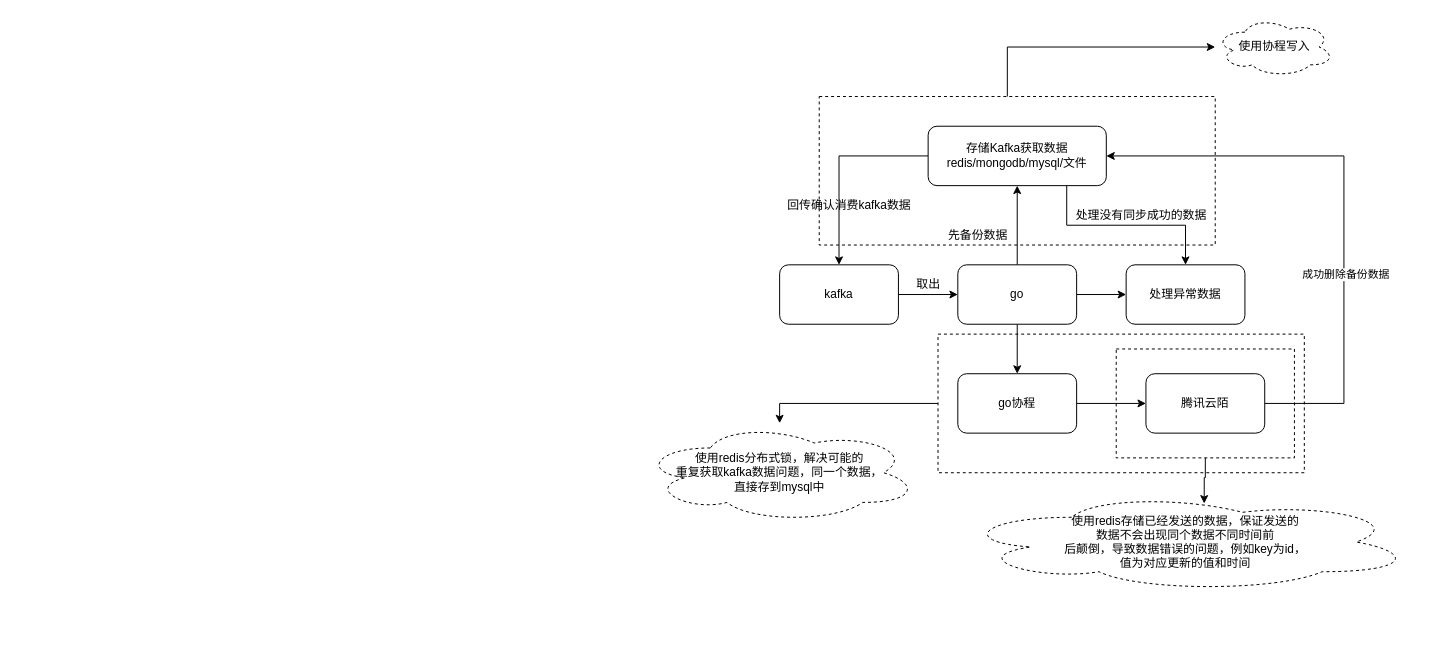
Above: 知识图/云陌同步数据方案.drawio in Sup-W/flow-diagram (draw.io), before the change. Source tidied: cells renumbered, new cells numbered last; positions are measured from the earlier drawing's top-left corner, leaving out a move shared by most shapes. Both pictures are drawn from the tidied source at 99%, with x=0, y=0 at pixel (641, 17).
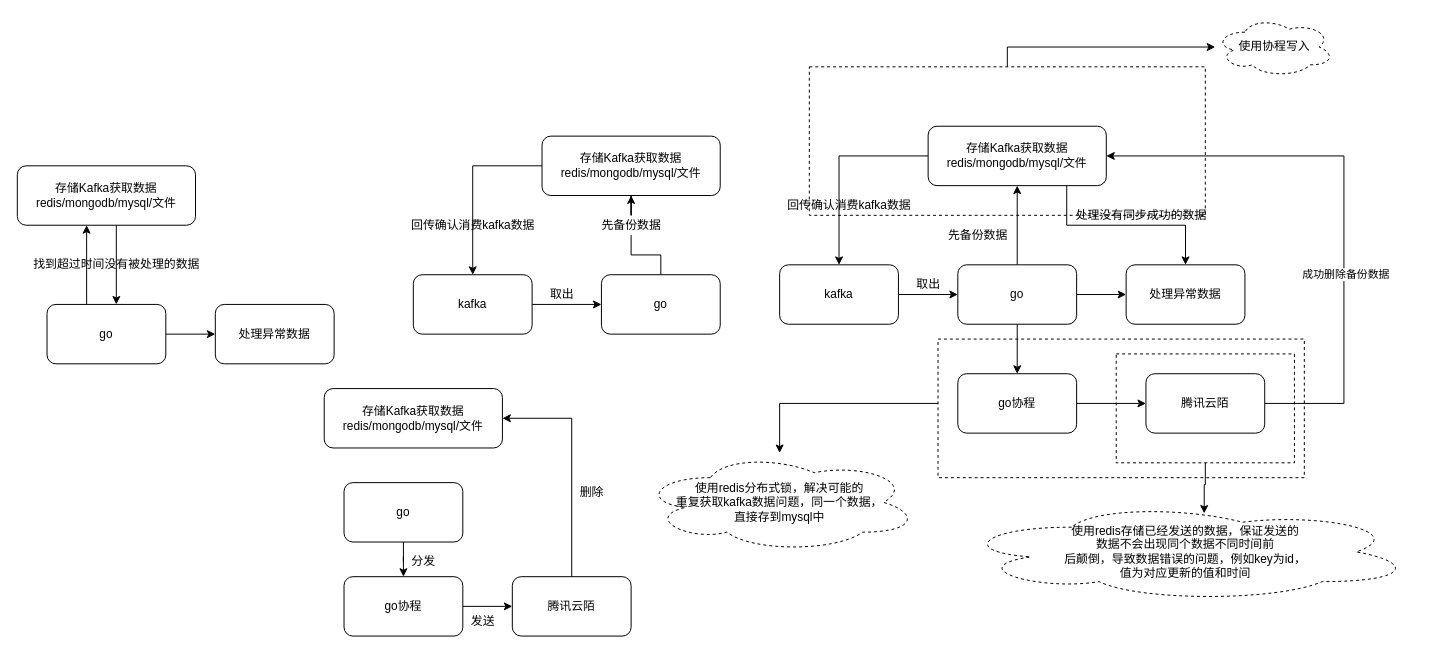
Above is the later version.

Commit message:
更新云陌同步数据方案.drawio

What changed in the source:
```diff
@@
     <mxCell id="18" style="rounded=0;whiteSpace=wrap;html=1;fillColor=none;dashed=1;" parent="1" vertex="1">
-      <mxGeometry x="180" y="80" width="400" height="150" as="geometry" />
+      <mxGeometry x="170" y="50" width="400" height="150" as="geometry" />
     </mxCell>
@@
     <mxCell id="21" style="verticalLabelPosition=bottom;verticalAlign=top;html=1;shape=mxgraph.basic.rect;fillColor2=none;strokeWidth=1;size=20;indent=5;dashed=1;fillColor=none;" parent="1" vertex="1">
-      <mxGeometry x="300" y="320" width="370" height="140" as="geometry" />
+      <mxGeometry x="300" y="325" width="370" height="140" as="geometry" />
     </mxCell>
     <mxCell id="22" value="使用redis分布式锁，解决可能的&lt;br&gt;重复获取kafka数据问题，同一个数据，&lt;br&gt;直接存到mysql中" style="ellipse;shape=cloud;whiteSpace=wrap;html=1;align=center;dashed=1;fillColor=none;" parent="1" vertex="1">
-      <mxGeometry y="410" width="280" height="100" as="geometry" />
+      <mxGeometry y="440" width="280" height="100" as="geometry" />
     </mxCell>
@@
     <mxCell id="24" value="使用redis存储已经发送的数据，保证发送的&lt;br&gt;数据不会出现同个数据不同时间前&lt;br&gt;后颠倒，导致数据错误的问题，例如key为id，&lt;br&gt;值为对应更新的值和时间" style="ellipse;shape=cloud;whiteSpace=wrap;html=1;align=center;dashed=1;fillColor=none;" parent="1" vertex="1">
-      <mxGeometry x="320" y="480" width="460" height="100" as="geometry" />
+      <mxGeometry x="320" y="490" width="460" height="100" as="geometry" />
     </mxCell>
     <mxCell id="25" style="edgeStyle=orthogonalEdgeStyle;rounded=0;jettySize=auto;html=1;entryX=0.541;entryY=0.111;entryDx=0;entryDy=0;entryPerimeter=0;" parent="1" edge="1" source="26" target="24">
-      <mxGeometry relative="1" as="geometry" />
+      <mxGeometry relative="1" as="geometry">
+        <Array as="points">
+          <mxPoint x="570" y="472" />
+          <mxPoint x="569" y="472" />
+        </Array>
+      </mxGeometry>
     </mxCell>
     <mxCell id="26" style="rounded=0;whiteSpace=wrap;html=1;dashed=1;fillColor=none;" parent="1" vertex="1">
-      <mxGeometry x="480" y="335" width="180" height="110" as="geometry" />
+      <mxGeometry x="480" y="340" width="180" height="110" as="geometry" />
     </mxCell>
@@
+    <mxCell id="30" style="edgeStyle=orthogonalEdgeStyle;rounded=0;jettySize=auto;html=1;" parent="1" edge="1" source="31" target="33">
+      <mxGeometry relative="1" as="geometry" />
+    </mxCell>
+    <mxCell id="31" value="kafka" style="rounded=1;whiteSpace=wrap;html=1;" parent="1" vertex="1">
+      <mxGeometry x="-230" y="260" width="120" height="60" as="geometry" />
+    </mxCell>
+    <mxCell id="32" style="edgeStyle=orthogonalEdgeStyle;rounded=0;jettySize=auto;html=1;startArrow=none;" parent="1" edge="1" source="37" target="35">
+      <mxGeometry relative="1" as="geometry" />
+    </mxCell>
+    <mxCell id="33" value="go" style="rounded=1;whiteSpace=wrap;html=1;" parent="1" vertex="1">
+      <mxGeometry x="-40" y="260" width="120" height="60" as="geometry" />
+    </mxCell>
+    <mxCell id="34" style="edgeStyle=orthogonalEdgeStyle;rounded=0;jettySize=auto;html=1;" parent="1" edge="1" source="35" target="31">
+      <mxGeometry relative="1" as="geometry" />
+    </mxCell>
+    <mxCell id="35" value="存储Kafka获取数据&lt;br&gt;redis/mongodb/mysql/文件" style="rounded=1;whiteSpace=wrap;html=1;" parent="1" vertex="1">
+      <mxGeometry x="-100" y="120" width="180" height="60" as="geometry" />
+    </mxCell>
+    <mxCell id="36" value="回传确认消费kafka数据" style="text;html=1;align=center;verticalAlign=middle;strokeColor=none;fillColor=none;" parent="1" vertex="1">
+      <mxGeometry x="-240" y="200" width="140" height="20" as="geometry" />
+    </mxCell>
+    <mxCell id="37" value="先备份数据" style="text;html=1;align=center;verticalAlign=middle;points=[];strokeColor=none;fillColor=none;" parent="1" vertex="1">
+      <mxGeometry x="-50" y="200" width="80" height="20" as="geometry" />
+    </mxCell>
+    <mxCell id="38" style="edgeStyle=orthogonalEdgeStyle;rounded=0;jettySize=auto;html=1;endArrow=none;" parent="1" edge="1" source="33" target="37">
+      <mxGeometry relative="1" as="geometry" />
+    </mxCell>
+    <mxCell id="39" value="取出" style="text;html=1;align=center;verticalAlign=middle;strokeColor=none;fillColor=none;" parent="1" vertex="1">
+      <mxGeometry x="-100" y="270" width="40" height="20" as="geometry" />
+    </mxCell>
+    <mxCell id="40" style="edgeStyle=orthogonalEdgeStyle;rounded=0;jettySize=auto;html=1;" parent="1" edge="1" source="41" target="43">
+      <mxGeometry relative="1" as="geometry" />
+    </mxCell>
+    <mxCell id="41" value="go" style="rounded=1;whiteSpace=wrap;html=1;" parent="1" vertex="1">
+      <mxGeometry x="-300" y="470" width="120" height="60" as="geometry" />
+    </mxCell>
+    <mxCell id="42" style="edgeStyle=orthogonalEdgeStyle;rounded=0;jettySize=auto;html=1;" parent="1" edge="1" source="43" target="45">
+      <mxGeometry relative="1" as="geometry" />
+    </mxCell>
+    <mxCell id="43" value="go协程" style="rounded=1;whiteSpace=wrap;html=1;" parent="1" vertex="1">
+      <mxGeometry x="-300" y="565" width="120" height="60" as="geometry" />
+    </mxCell>
+    <mxCell id="44" style="edgeStyle=orthogonalEdgeStyle;rounded=0;jettySize=auto;html=1;entryX=1;entryY=0.5;entryDx=0;entryDy=0;" parent="1" edge="1" source="45" target="46">
+      <mxGeometry relative="1" as="geometry">
+        <Array as="points">
+          <mxPoint x="-70" y="405" />
+        </Array>
+      </mxGeometry>
+    </mxCell>
+    <mxCell id="45" value="腾讯云陌" style="rounded=1;whiteSpace=wrap;html=1;" parent="1" vertex="1">
+      <mxGeometry x="-130" y="565" width="120" height="60" as="geometry" />
+    </mxCell>
+    <mxCell id="46" value="存储Kafka获取数据&lt;br&gt;redis/mongodb/mysql/文件" style="rounded=1;whiteSpace=wrap;html=1;" parent="1" vertex="1">
+      <mxGeometry x="-320" y="375" width="180" height="60" as="geometry" />
+    </mxCell>
+    <mxCell id="47" value="分发" style="text;html=1;align=center;verticalAlign=middle;strokeColor=none;fillColor=none;" parent="1" vertex="1">
+      <mxGeometry x="-240" y="540" width="40" height="20" as="geometry" />
+    </mxCell>
+    <mxCell id="48" value="发送" style="text;html=1;align=center;verticalAlign=middle;strokeColor=none;fillColor=none;" parent="1" vertex="1">
+      <mxGeometry x="-180" y="600" width="40" height="20" as="geometry" />
+    </mxCell>
+    <mxCell id="49" value="删除" style="text;html=1;align=center;verticalAlign=middle;strokeColor=none;fillColor=none;" parent="1" vertex="1">
+      <mxGeometry x="-70" y="470" width="40" height="20" as="geometry" />
+    </mxCell>
+    <mxCell id="50" style="edgeStyle=orthogonalEdgeStyle;rounded=0;jettySize=auto;html=1;" parent="1" edge="1" source="52" target="54">
+      <mxGeometry relative="1" as="geometry">
+        <Array as="points">
+          <mxPoint x="-560" y="240" />
+          <mxPoint x="-560" y="240" />
+        </Array>
+      </mxGeometry>
+    </mxCell>
+    <mxCell id="51" style="edgeStyle=orthogonalEdgeStyle;rounded=0;jettySize=auto;html=1;" parent="1" edge="1" source="52" target="55">
+      <mxGeometry relative="1" as="geometry" />
+    </mxCell>
+    <mxCell id="52" value="go" style="rounded=1;whiteSpace=wrap;html=1;" parent="1" vertex="1">
+      <mxGeometry x="-600" y="290" width="120" height="60" as="geometry" />
+    </mxCell>
+    <mxCell id="53" style="edgeStyle=orthogonalEdgeStyle;rounded=0;jettySize=auto;html=1;" parent="1" edge="1" source="54" target="52">
+      <mxGeometry relative="1" as="geometry">
+        <Array as="points">
+          <mxPoint x="-530" y="240" />
+          <mxPoint x="-530" y="240" />
+        </Array>
+      </mxGeometry>
+    </mxCell>
+    <mxCell id="54" value="存储Kafka获取数据&lt;br&gt;redis/mongodb/mysql/文件" style="rounded=1;whiteSpace=wrap;html=1;" parent="1" vertex="1">
+      <mxGeometry x="-630" y="150" width="180" height="60" as="geometry" />
+    </mxCell>
+    <mxCell id="55" value="处理异常数据" style="rounded=1;whiteSpace=wrap;html=1;" parent="1" vertex="1">
+      <mxGeometry x="-430" y="290" width="120" height="60" as="geometry" />
+    </mxCell>
+    <mxCell id="56" value="找到超过时间没有被处理的数据" style="text;html=1;align=center;verticalAlign=middle;strokeColor=none;fillColor=none;" parent="1" vertex="1">
+      <mxGeometry x="-620" y="240" width="180" height="20" as="geometry" />
+    </mxCell>
```
